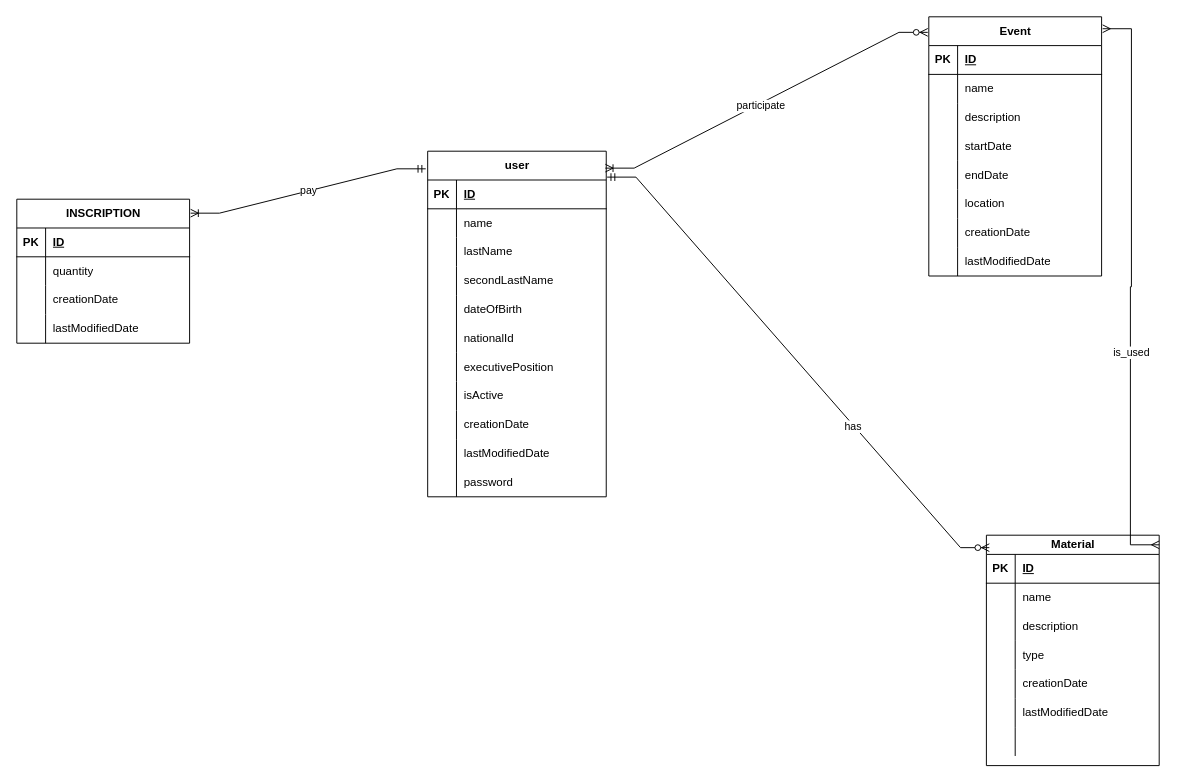
The draw.io diagram page "E_R_Extended" (2 of 2) of diagram_E_R_Extended.drawio in raulG91/retromaniacos_backend, before the edit. Source tidied: cells renumbered, new cells numbered last; positions are measured from the earlier drawing's top-left corner, leaving out a move shared by most shapes. Both pictures are drawn from the tidied source at 96%, with x=0, y=0 at pixel (16, 16).
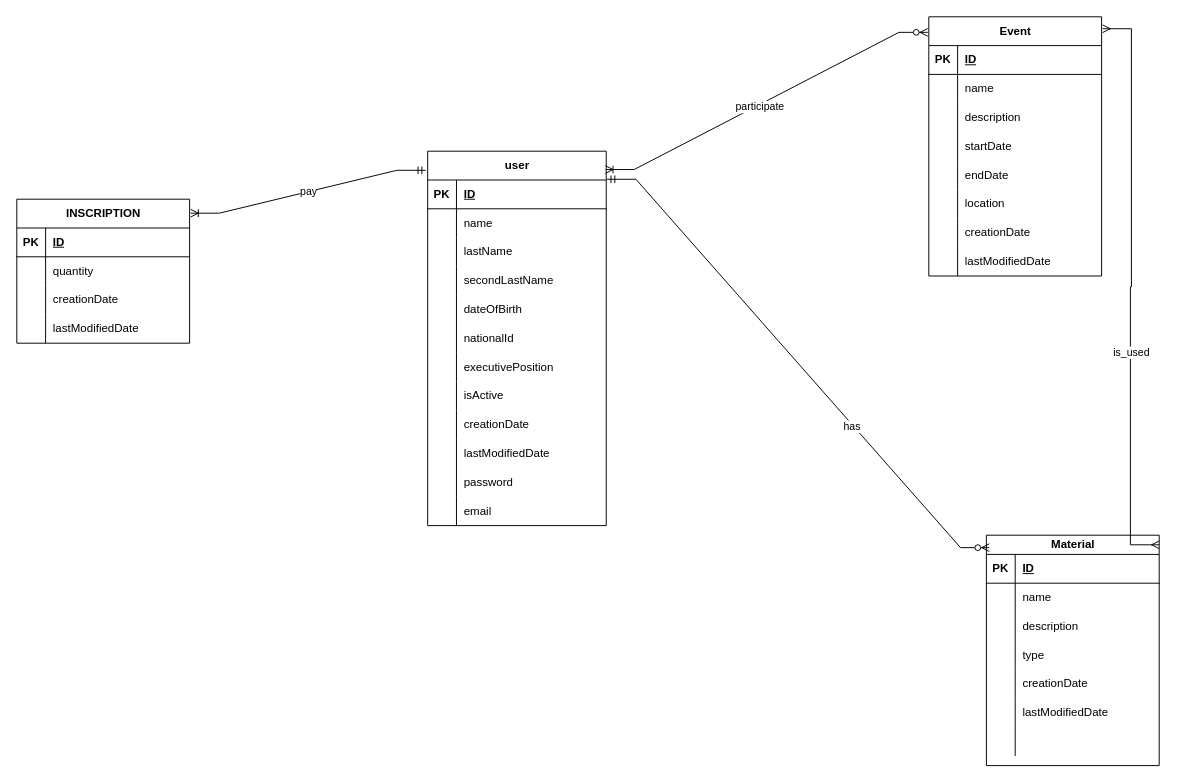
Above is the later version.

Change to the diagram source:
```diff
@@
     <mxCell id="2" value="user" style="shape=table;startSize=30;childLayout=tableLayout;rowLines=0;fontStyle=1;align=center;html=1;" parent="1" vertex="1">
-      <mxGeometry x="428" y="140" width="186" height="360" as="geometry" />
+      <mxGeometry x="428" y="140" width="186" height="390" as="geometry" />
     </mxCell>
@@
+    <mxCell id="104" style="shape=tableRow;horizontal=0;startSize=0;swimlaneHead=0;swimlaneBody=0;fillColor=none;top=0;left=0;right=0;bottom=0;" parent="2" vertex="1">
+      <mxGeometry y="360" width="186" height="30" as="geometry" />
+    </mxCell>
+    <mxCell id="105" style="shape=partialRectangle;fillColor=none;top=0;left=0;bottom=0;right=0;overflow=hidden;whiteSpace=wrap;html=1;" parent="104" vertex="1">
+      <mxGeometry width="30" height="30" as="geometry" />
+    </mxCell>
+    <mxCell id="106" value="email" style="shape=partialRectangle;fillColor=none;top=0;left=0;bottom=0;right=0;align=left;spacingLeft=6;overflow=hidden;whiteSpace=wrap;html=1;" parent="104" vertex="1">
+      <mxGeometry x="30" width="156" height="30" as="geometry" />
+    </mxCell>
```
